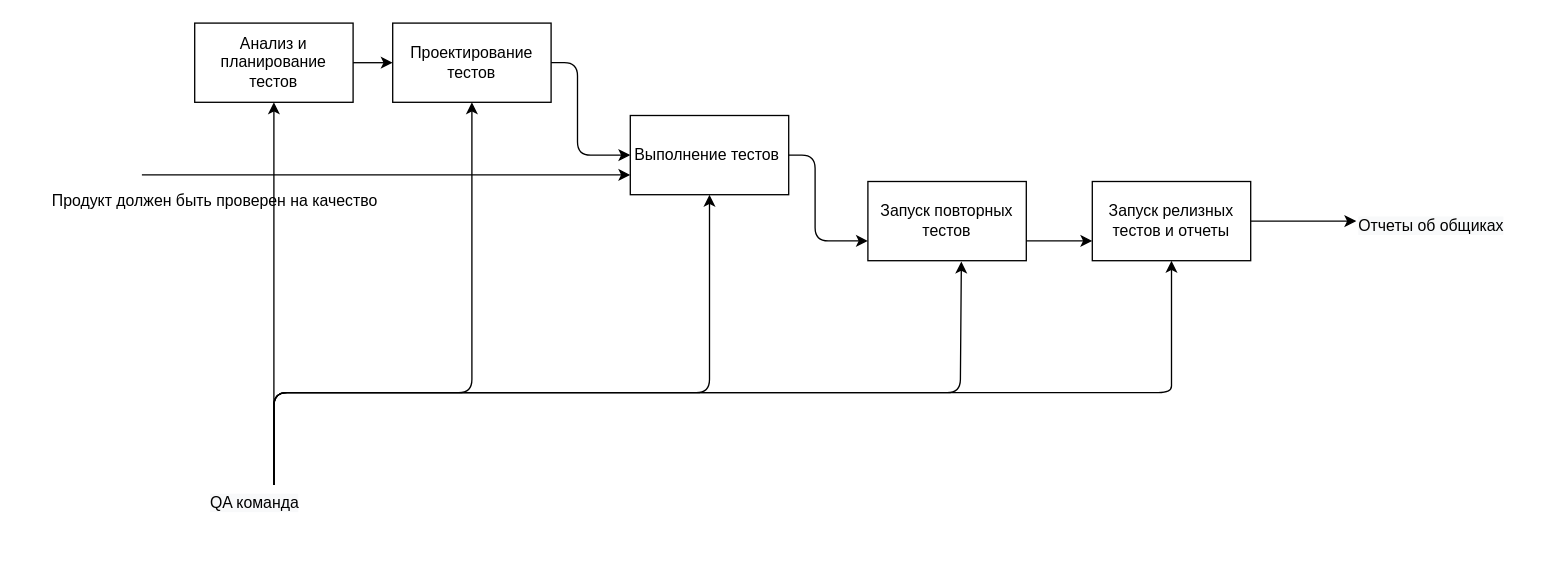
Before: page "A6" (8 of 8) of Biểu đồ không có tiêu đề.drawio in quyettranvu/Lab1_IDEF, a draw.io diagram. Source tidied: cells renumbered, new cells numbered last; positions are measured from the earlier drawing's top-left corner, leaving out a move shared by most shapes. Both pictures are drawn from the tidied source at 132%, with x=0, y=0 at pixel (36, 22).
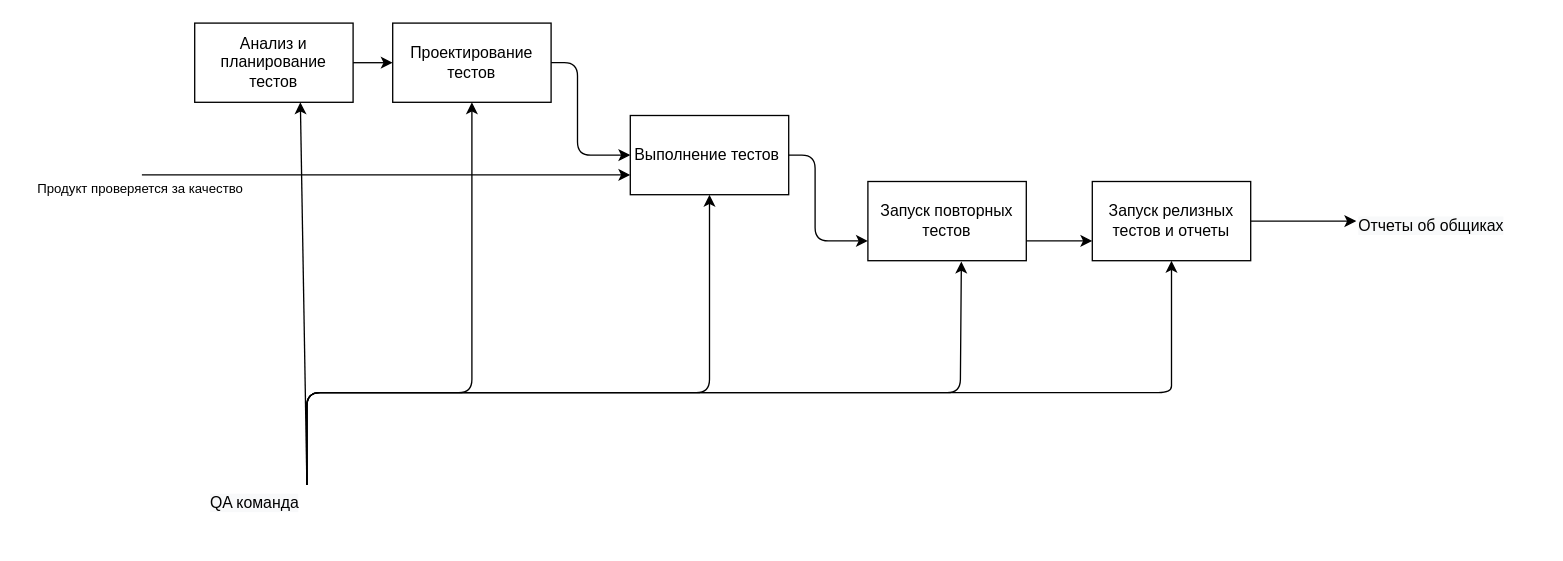
The same page after the edit.

Unchanged cells that the change refers to:
```xml
<mxCell id="2" value="Анализ и планирование тестов" style="rounded=0;whiteSpace=wrap;html=1;fontSize=12;" parent="1" vertex="1">
  <mxGeometry x="120" width="120" height="60" as="geometry" />
</mxCell>
<mxCell id="3" value="Проектирование тестов" style="rounded=0;whiteSpace=wrap;html=1;fontSize=12;" parent="1" vertex="1">
  <mxGeometry x="270" width="120" height="60" as="geometry" />
</mxCell>
<mxCell id="5" value="Запуск повторных тестов" style="rounded=0;whiteSpace=wrap;html=1;fontSize=12;" parent="1" vertex="1">
  <mxGeometry x="630" y="120" width="120" height="60" as="geometry" />
</mxCell>
<mxCell id="6" value="Запуск релизных тестов и отчеты" style="rounded=0;whiteSpace=wrap;html=1;fontSize=12;" parent="1" vertex="1">
  <mxGeometry x="800" y="120" width="120" height="60" as="geometry" />
</mxCell>
<mxCell id="17" value="&lt;span style=&quot;color: rgb(0, 0, 0); font-family: Helvetica; font-size: 12px; font-style: normal; font-variant-ligatures: normal; font-variant-caps: normal; font-weight: 400; letter-spacing: normal; orphans: 2; text-align: center; text-indent: 0px; text-transform: none; widows: 2; word-spacing: 0px; -webkit-text-stroke-width: 0px; background-color: rgb(248, 249, 250); text-decoration-thickness: initial; text-decoration-style: initial; text-decoration-color: initial; float: none; display: inline !important;&quot;&gt;QA команда&lt;/span&gt;" style="text;whiteSpace=wrap;html=1;fontSize=12;" parent="1" vertex="1">
  <mxGeometry x="130" y="350" width="100" height="40" as="geometry" />
</mxCell>
```

Diff of the diagram source:
```diff
@@
-    <mxCell id="11" style="endArrow=classic;html=1;rounded=1;fontSize=12;entryX=0.5;entryY=1;entryDx=0;entryDy=0;" parent="1" edge="1" target="2">
-      <mxGeometry relative="1" as="geometry">
-        <mxPoint x="180" y="350" as="sourcePoint" />
-      </mxGeometry>
+    <mxCell id="11" style="endArrow=classic;html=1;rounded=1;fontSize=12;entryX=0.667;entryY=1;entryDx=0;entryDy=0;exitX=0.75;exitY=0;exitDx=0;exitDy=0;entryPerimeter=0;" parent="1" edge="1" source="17" target="2">
+      <mxGeometry relative="1" as="geometry" />
     </mxCell>
-    <mxCell id="12" style="endArrow=classic;html=1;rounded=1;fontSize=12;entryX=0.5;entryY=1;entryDx=0;entryDy=0;" parent="1" edge="1" target="3">
+    <mxCell id="12" style="endArrow=classic;html=1;rounded=1;fontSize=12;entryX=0.5;entryY=1;entryDx=0;entryDy=0;exitX=0.75;exitY=0;exitDx=0;exitDy=0;" parent="1" edge="1" source="17" target="3">
       <mxGeometry relative="1" as="geometry">
-        <mxPoint x="180" y="350" as="sourcePoint" />
         <Array as="points">
-          <mxPoint x="180" y="280" />
+          <mxPoint x="205" y="280" />
           <mxPoint x="330" y="280" />
         </Array>
       </mxGeometry>
     </mxCell>
-    <mxCell id="13" style="endArrow=classic;html=1;rounded=1;fontSize=12;" parent="1" edge="1">
+    <mxCell id="13" style="endArrow=classic;html=1;rounded=1;fontSize=12;exitX=0.75;exitY=0;exitDx=0;exitDy=0;" parent="1" edge="1" source="17">
       <mxGeometry relative="1" as="geometry">
-        <mxPoint x="180" y="350" as="sourcePoint" />
         <mxPoint x="510" y="130" as="targetPoint" />
         <Array as="points">
-          <mxPoint x="180" y="280" />
+          <mxPoint x="205" y="280" />
           <mxPoint x="510" y="280" />
         </Array>
       </mxGeometry>
     </mxCell>
-    <mxCell id="14" style="endArrow=classic;html=1;rounded=1;fontSize=12;entryX=0.59;entryY=1.01;entryDx=0;entryDy=0;entryPerimeter=0;" parent="1" edge="1" target="5">
+    <mxCell id="14" style="endArrow=classic;html=1;rounded=1;fontSize=12;entryX=0.59;entryY=1.01;entryDx=0;entryDy=0;entryPerimeter=0;exitX=0.75;exitY=0;exitDx=0;exitDy=0;" parent="1" edge="1" source="17" target="5">
       <mxGeometry relative="1" as="geometry">
-        <mxPoint x="180" y="350" as="sourcePoint" />
         <Array as="points">
-          <mxPoint x="180" y="280" />
+          <mxPoint x="205" y="280" />
           <mxPoint x="700" y="280" />
         </Array>
       </mxGeometry>
     </mxCell>
-    <mxCell id="15" style="endArrow=classic;html=1;rounded=1;fontSize=12;entryX=0.5;entryY=1;entryDx=0;entryDy=0;" parent="1" edge="1" target="6">
+    <mxCell id="15" style="endArrow=classic;html=1;rounded=1;fontSize=12;entryX=0.5;entryY=1;entryDx=0;entryDy=0;exitX=0.75;exitY=0;exitDx=0;exitDy=0;" parent="1" edge="1" source="17" target="6">
       <mxGeometry relative="1" as="geometry">
-        <mxPoint x="180" y="350" as="sourcePoint" />
         <Array as="points">
-          <mxPoint x="180" y="280" />
+          <mxPoint x="205" y="280" />
+          <mxPoint x="250" y="280" />
           <mxPoint x="860" y="280" />
           <mxPoint x="860" y="270" />
         </Array>
       </mxGeometry>
     </mxCell>
@@
-    <mxCell id="19" value="&lt;span style=&quot;text-align: left;&quot;&gt;Продукт должен быть проверен на качество&lt;/span&gt;" style="text;html=1;align=center;verticalAlign=middle;strokeColor=none;fillColor=none;fontSize=12;" parent="1" vertex="1">
-      <mxGeometry y="120" width="270" height="30" as="geometry" />
-    </mxCell>
@@
+    <mxCell id="21" value="&lt;font style=&quot;font-size: 10px;&quot;&gt;Продукт проверяется за качество&amp;nbsp;&lt;/font&gt;" style="text;html=1;align=center;verticalAlign=middle;fillColor=none;strokeColor=none;rounded=0;fontSize=12;" parent="1" vertex="1">
+      <mxGeometry x="-10" y="110" width="180" height="30" as="geometry" />
+    </mxCell>
```
